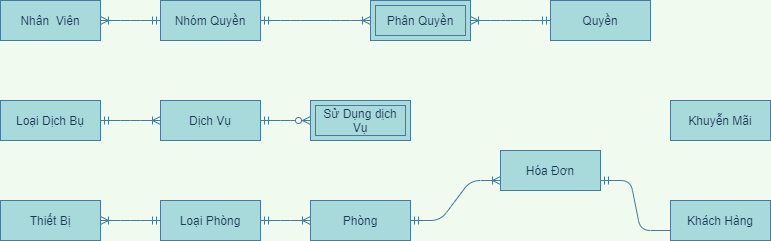
maialino123/QLKS keeps this draw.io diagram as EntityRelationship-QLKS.png. Above is the earlier version. Source tidied: cells renumbered, new cells last; positions are measured from the earlier drawing's top-left corner, leaving out a move shared by most shapes. Source of this version:
```xml
<mxGraphModel background="#F1FAEE">
  <root>
    <mxCell id="0" />
    <mxCell id="1" parent="0" />
    <mxCell id="2" style="edgeStyle=entityRelationEdgeStyle;fontSize=12;html=1;endArrow=ERoneToMany;startArrow=ERmandOne;strokeColor=#457B9D;fillColor=#A8DADC;fontColor=#1D3557;exitX=1;exitY=0.5;exitDx=0;exitDy=0;entryX=0;entryY=0.5;entryDx=0;entryDy=0;labelBackgroundColor=#F1FAEE;" parent="1" edge="1" source="17" target="18">
      <mxGeometry relative="1" as="geometry" />
    </mxCell>
    <mxCell id="3" style="edgeStyle=entityRelationEdgeStyle;fontSize=12;html=1;endArrow=ERoneToMany;startArrow=ERmandOne;strokeColor=#457B9D;fillColor=#A8DADC;fontColor=#1D3557;entryX=1;entryY=0.5;entryDx=0;entryDy=0;exitX=0;exitY=0.5;exitDx=0;exitDy=0;labelBackgroundColor=#F1FAEE;" parent="1" edge="1" source="17" target="16">
      <mxGeometry relative="1" as="geometry" />
    </mxCell>
    <mxCell id="4" style="edgeStyle=entityRelationEdgeStyle;fontSize=12;html=1;endArrow=ERoneToMany;startArrow=ERmandOne;strokeColor=#457B9D;fontColor=#1D3557;exitX=1;exitY=0.5;exitDx=0;exitDy=0;entryX=0;entryY=0.5;entryDx=0;entryDy=0;labelBackgroundColor=#F1FAEE;" parent="1" edge="1" source="13" target="14">
      <mxGeometry relative="1" as="geometry" />
    </mxCell>
    <mxCell id="5" style="edgeStyle=entityRelationEdgeStyle;fontSize=12;html=1;endArrow=ERzeroToMany;startArrow=ERmandOne;entryX=0;entryY=0.5;entryDx=0;entryDy=0;strokeColor=#457B9D;fontColor=#1D3557;exitX=1;exitY=0.5;exitDx=0;exitDy=0;labelBackgroundColor=#F1FAEE;" parent="1" edge="1" source="14" target="6">
      <mxGeometry relative="1" as="geometry" />
    </mxCell>
    <mxCell id="6" value="Sử Dụng dịch Vụ" style="shape=ext;margin=3;double=1;whiteSpace=wrap;html=1;align=center;strokeColor=#457B9D;fillColor=#A8DADC;fontColor=#1D3557;" parent="1" vertex="1">
      <mxGeometry x="310" y="100" width="100" height="40" as="geometry" />
    </mxCell>
    <mxCell id="7" style="edgeStyle=entityRelationEdgeStyle;fontSize=12;html=1;endArrow=ERoneToMany;startArrow=ERmandOne;strokeColor=#457B9D;fontColor=#1D3557;entryX=1;entryY=0.5;entryDx=0;entryDy=0;exitX=0;exitY=0.5;exitDx=0;exitDy=0;labelBackgroundColor=#F1FAEE;" parent="1" edge="1" source="11" target="8">
      <mxGeometry relative="1" as="geometry" />
    </mxCell>
    <mxCell id="8" value="Phân Quyền" style="shape=ext;margin=3;double=1;whiteSpace=wrap;html=1;align=center;strokeColor=#457B9D;fillColor=#A8DADC;fontColor=#1D3557;" parent="1" vertex="1">
      <mxGeometry x="370" width="100" height="40" as="geometry" />
    </mxCell>
    <mxCell id="9" style="edgeStyle=entityRelationEdgeStyle;fontSize=12;html=1;endArrow=ERoneToMany;startArrow=ERmandOne;strokeColor=#457B9D;fontColor=#1D3557;exitX=0;exitY=0.5;exitDx=0;exitDy=0;entryX=1;entryY=0.5;entryDx=0;entryDy=0;labelBackgroundColor=#F1FAEE;" parent="1" edge="1" source="10" target="12">
      <mxGeometry relative="1" as="geometry" />
    </mxCell>
    <mxCell id="10" value="Nhóm Quyền" style="whiteSpace=wrap;html=1;align=center;rounded=0;sketch=0;strokeColor=#457B9D;fillColor=#A8DADC;fontColor=#1D3557;" parent="1" vertex="1">
      <mxGeometry x="160" width="100" height="40" as="geometry" />
    </mxCell>
    <mxCell id="11" value="Quyền" style="whiteSpace=wrap;html=1;align=center;rounded=0;sketch=0;strokeColor=#457B9D;fillColor=#A8DADC;fontColor=#1D3557;" parent="1" vertex="1">
      <mxGeometry x="550" width="100" height="40" as="geometry" />
    </mxCell>
    <mxCell id="12" value="Nhân&amp;nbsp; Viên" style="whiteSpace=wrap;html=1;align=center;rounded=0;sketch=0;strokeColor=#457B9D;fillColor=#A8DADC;fontColor=#1D3557;" parent="1" vertex="1">
      <mxGeometry width="100" height="40" as="geometry" />
    </mxCell>
    <mxCell id="13" value="Loại Dịch Bụ" style="whiteSpace=wrap;html=1;align=center;rounded=0;sketch=0;strokeColor=#457B9D;fillColor=#A8DADC;fontColor=#1D3557;" parent="1" vertex="1">
      <mxGeometry y="100" width="100" height="40" as="geometry" />
    </mxCell>
    <mxCell id="14" value="Dịch Vụ" style="whiteSpace=wrap;html=1;align=center;rounded=0;sketch=0;strokeColor=#457B9D;fillColor=#A8DADC;fontColor=#1D3557;" parent="1" vertex="1">
      <mxGeometry x="160" y="100" width="100" height="40" as="geometry" />
    </mxCell>
    <mxCell id="15" value="Khuyễn Mãi" style="whiteSpace=wrap;html=1;align=center;rounded=0;sketch=0;strokeColor=#457B9D;fillColor=#A8DADC;fontColor=#1D3557;" parent="1" vertex="1">
      <mxGeometry x="670" y="100" width="100" height="40" as="geometry" />
    </mxCell>
    <mxCell id="16" value="Thiết Bị" style="whiteSpace=wrap;html=1;align=center;rounded=0;sketch=0;strokeColor=#457B9D;fillColor=#A8DADC;fontColor=#1D3557;" parent="1" vertex="1">
      <mxGeometry y="200" width="100" height="40" as="geometry" />
    </mxCell>
    <mxCell id="17" value="Loại Phòng" style="whiteSpace=wrap;html=1;align=center;rounded=0;sketch=0;strokeColor=#457B9D;fillColor=#A8DADC;fontColor=#1D3557;" parent="1" vertex="1">
      <mxGeometry x="160" y="200" width="100" height="40" as="geometry" />
    </mxCell>
    <mxCell id="18" value="Phòng" style="whiteSpace=wrap;html=1;align=center;rounded=0;sketch=0;strokeColor=#457B9D;fillColor=#A8DADC;fontColor=#1D3557;" parent="1" vertex="1">
      <mxGeometry x="310" y="200" width="100" height="40" as="geometry" />
    </mxCell>
    <mxCell id="19" value="Khách Hàng" style="whiteSpace=wrap;html=1;align=center;rounded=0;sketch=0;strokeColor=#457B9D;fillColor=#A8DADC;fontColor=#1D3557;" parent="1" vertex="1">
      <mxGeometry x="670" y="200" width="100" height="40" as="geometry" />
    </mxCell>
    <mxCell id="20" value="Hóa Đơn" style="whiteSpace=wrap;html=1;align=center;rounded=0;sketch=0;strokeColor=#457B9D;fillColor=#A8DADC;fontColor=#1D3557;" parent="1" vertex="1">
      <mxGeometry x="500" y="150" width="100" height="40" as="geometry" />
    </mxCell>
    <mxCell id="21" style="edgeStyle=entityRelationEdgeStyle;fontSize=12;html=1;endArrow=ERoneToMany;startArrow=ERmandOne;strokeColor=#457B9D;fontColor=#1D3557;exitX=1;exitY=0.5;exitDx=0;exitDy=0;labelBackgroundColor=#F1FAEE;" parent="1" edge="1" source="10" target="8">
      <mxGeometry relative="1" as="geometry" />
    </mxCell>
    <mxCell id="22" style="edgeStyle=entityRelationEdgeStyle;fontSize=12;html=1;endArrow=ERmandOne;exitX=0;exitY=0.75;exitDx=0;exitDy=0;entryX=1;entryY=0.75;entryDx=0;entryDy=0;labelBackgroundColor=#F1FAEE;strokeColor=#457B9D;fontColor=#1D3557;" parent="1" edge="1" source="19" target="20">
      <mxGeometry relative="1" as="geometry" />
    </mxCell>
    <mxCell id="23" style="edgeStyle=entityRelationEdgeStyle;fontSize=12;html=1;endArrow=ERoneToMany;startArrow=ERmandOne;strokeColor=#457B9D;fillColor=#A8DADC;exitX=1;exitY=0.5;exitDx=0;exitDy=0;entryX=0;entryY=0.75;entryDx=0;entryDy=0;" parent="1" edge="1" source="18" target="20">
      <mxGeometry relative="1" as="geometry" />
    </mxCell>
  </root>
</mxGraphModel>
```
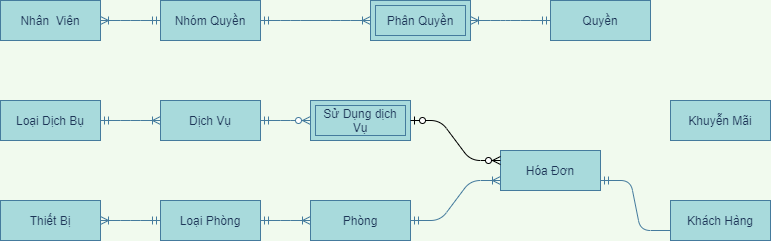
After the change.

Diff of the diagram source:
```diff
@@ -68,5 +68,8 @@
     <mxCell id="23" style="edgeStyle=entityRelationEdgeStyle;fontSize=12;html=1;endArrow=ERoneToMany;startArrow=ERmandOne;strokeColor=#457B9D;fillColor=#A8DADC;exitX=1;exitY=0.5;exitDx=0;exitDy=0;entryX=0;entryY=0.75;entryDx=0;entryDy=0;" parent="1" edge="1" source="18" target="20">
       <mxGeometry relative="1" as="geometry" />
     </mxCell>
+    <mxCell id="24" style="edgeStyle=entityRelationEdgeStyle;fontSize=12;html=1;endArrow=ERzeroToMany;startArrow=ERzeroToOne;exitX=1;exitY=0.5;exitDx=0;exitDy=0;entryX=0;entryY=0.25;entryDx=0;entryDy=0;" parent="1" edge="1" source="6" target="20">
+      <mxGeometry relative="1" as="geometry" />
+    </mxCell>
   </root>
 </mxGraphModel>
```
